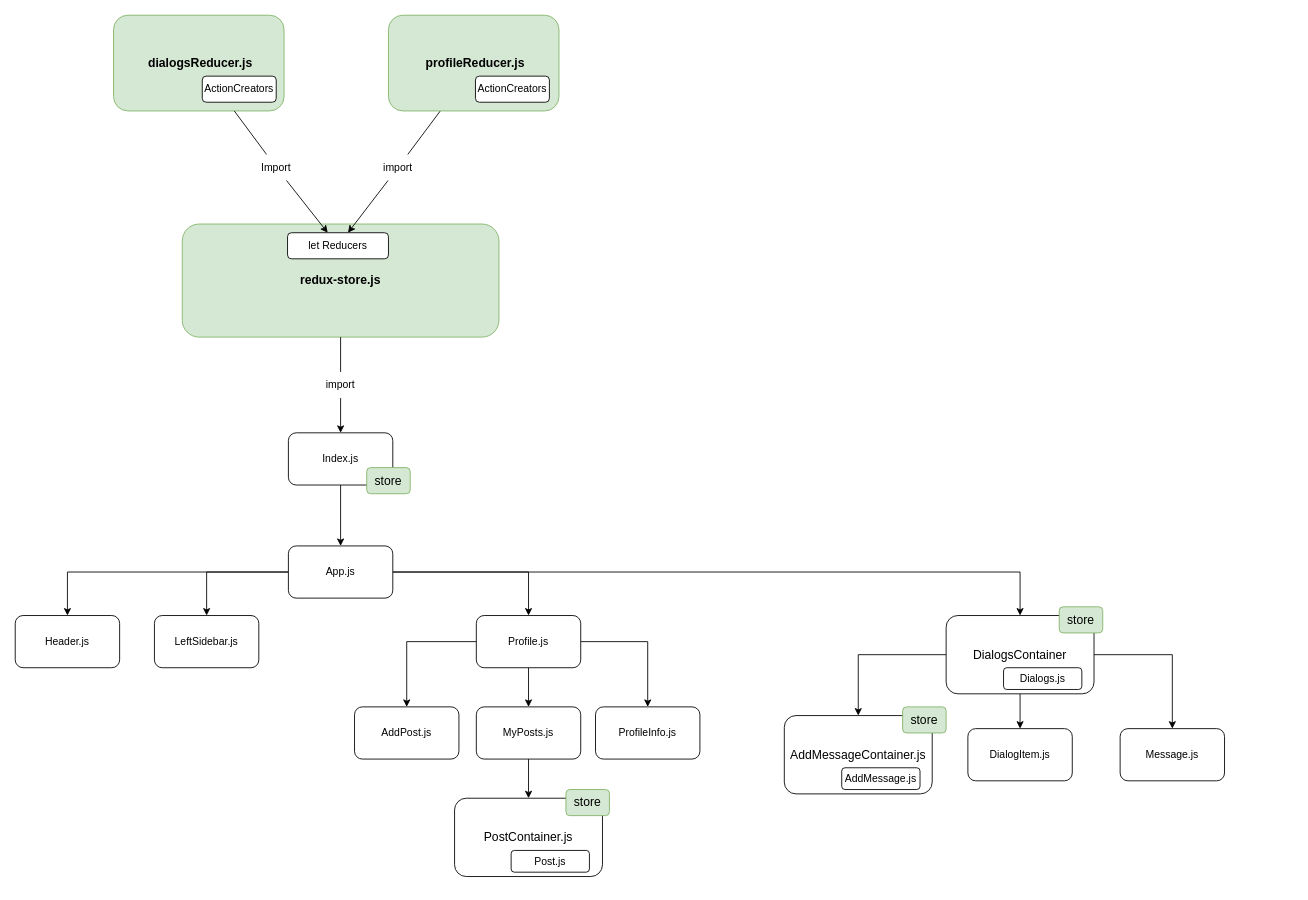
Before: React-components tree.drawio in ayratkin/react-social-network, a draw.io diagram. Source tidied: cells renumbered, new cells numbered last; positions are measured from the earlier drawing's top-left corner, leaving out a move shared by most shapes. Both pictures are drawn from the tidied source at 87%, with x=0, y=0 at pixel (15, 15).
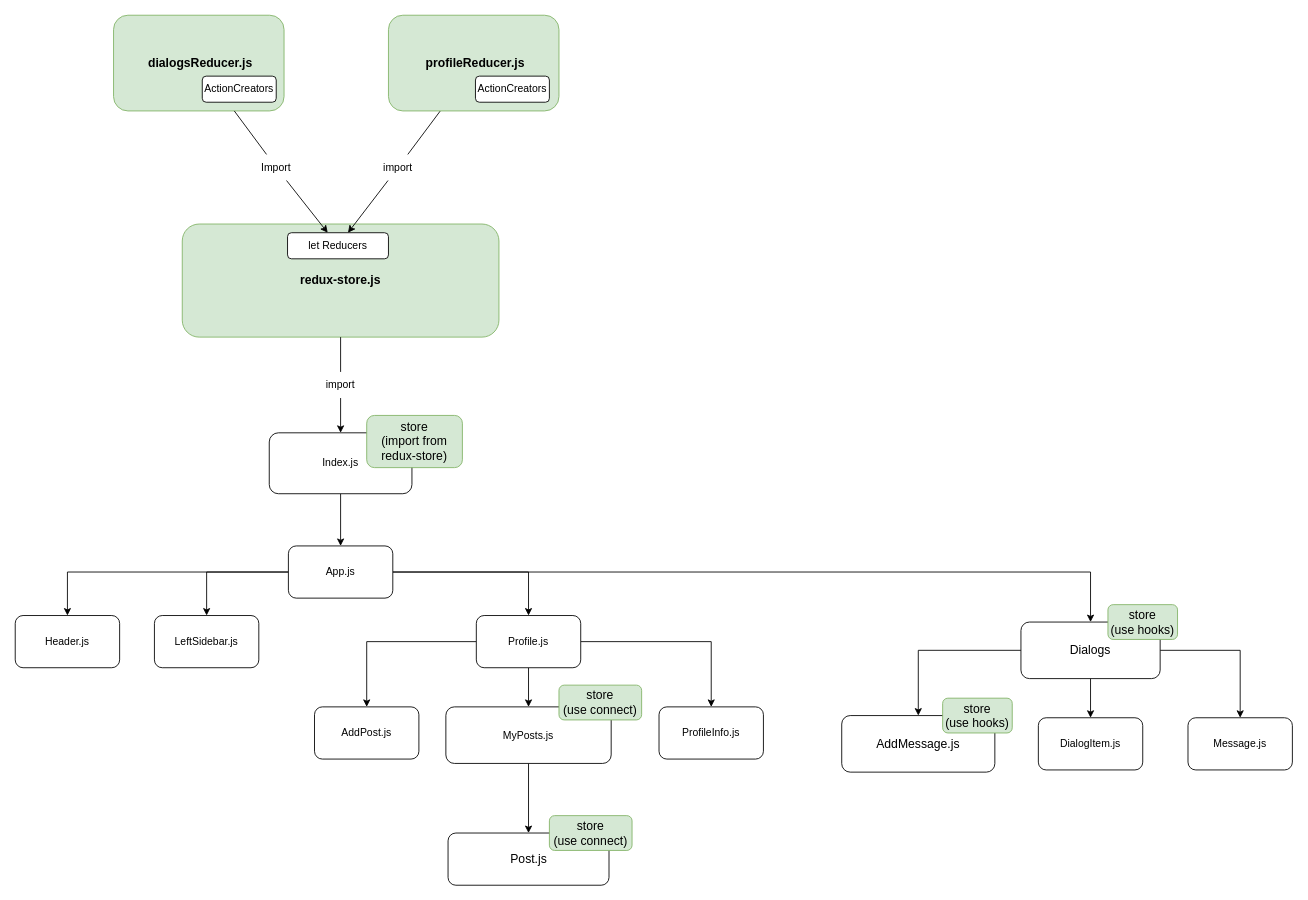
After the change.

Diff of the diagram source:
```diff
@@
     <mxCell id="3" value="Index.js" style="rounded=1;whiteSpace=wrap;html=1;" parent="1" vertex="1">
-      <mxGeometry x="314" y="480" width="120" height="60" as="geometry" />
+      <mxGeometry x="292" y="480" width="164" height="70" as="geometry" />
     </mxCell>
@@
     <mxCell id="17" value="DialogItem.js" style="rounded=1;whiteSpace=wrap;html=1;" parent="1" vertex="1">
-      <mxGeometry x="1095" y="820" width="120" height="60" as="geometry" />
+      <mxGeometry x="1176" y="807.5" width="120" height="60" as="geometry" />
     </mxCell>
     <mxCell id="18" value="Message.js" style="rounded=1;whiteSpace=wrap;html=1;" parent="1" vertex="1">
-      <mxGeometry x="1270" y="820" width="120" height="60" as="geometry" />
+      <mxGeometry x="1348" y="807.5" width="120" height="60" as="geometry" />
     </mxCell>
     <mxCell id="19" value="AddPost.js" style="rounded=1;whiteSpace=wrap;html=1;" parent="1" vertex="1">
-      <mxGeometry x="390" y="795" width="120" height="60" as="geometry" />
+      <mxGeometry x="344" y="795" width="120" height="60" as="geometry" />
     </mxCell>
@@
     <mxCell id="21" value="MyPosts.js" style="rounded=1;whiteSpace=wrap;html=1;" parent="1" vertex="1">
-      <mxGeometry x="530" y="795" width="120" height="60" as="geometry" />
+      <mxGeometry x="495" y="795" width="190" height="65" as="geometry" />
     </mxCell>
     <mxCell id="22" value="ProfileInfo.js" style="rounded=1;whiteSpace=wrap;html=1;" parent="1" vertex="1">
-      <mxGeometry x="667" y="795" width="120" height="60" as="geometry" />
+      <mxGeometry x="740" y="795" width="120" height="60" as="geometry" />
     </mxCell>
@@
-    <mxCell id="41" value="store" style="rounded=1;whiteSpace=wrap;html=1;fontSize=14;fillColor=#d5e8d4;strokeColor=#82b366;" parent="1" vertex="1">
-      <mxGeometry x="404" y="520" width="50" height="30" as="geometry" />
+    <mxCell id="41" value="store&lt;br&gt;(import from redux-store)" style="rounded=1;whiteSpace=wrap;html=1;fontSize=14;fillColor=#d5e8d4;strokeColor=#82b366;" parent="1" vertex="1">
+      <mxGeometry x="404" y="460" width="110" height="60" as="geometry" />
     </mxCell>
-    <mxCell id="42" value="AddMessageContainer.js" style="rounded=1;whiteSpace=wrap;html=1;fontSize=14;" parent="1" vertex="1">
-      <mxGeometry x="884" y="805" width="170" height="90" as="geometry" />
+    <mxCell id="42" value="AddMessage.js" style="rounded=1;whiteSpace=wrap;html=1;fontSize=14;" parent="1" vertex="1">
+      <mxGeometry x="950" y="805" width="176" height="65" as="geometry" />
     </mxCell>
-    <mxCell id="43" value="AddMessage.js" style="rounded=1;whiteSpace=wrap;html=1;" parent="1" vertex="1">
-      <mxGeometry x="950" y="865" width="90" height="25" as="geometry" />
-    </mxCell>
@@
-    <mxCell id="45" value="DialogsContainer" style="rounded=1;whiteSpace=wrap;html=1;fontSize=14;" parent="1" vertex="1">
-      <mxGeometry x="1070" y="690" width="170" height="90" as="geometry" />
+    <mxCell id="45" value="Dialogs" style="rounded=1;whiteSpace=wrap;html=1;fontSize=14;" parent="1" vertex="1">
+      <mxGeometry x="1156" y="697.5" width="160" height="65" as="geometry" />
     </mxCell>
-    <mxCell id="46" value="Dialogs.js" style="rounded=1;whiteSpace=wrap;html=1;" parent="1" vertex="1">
-      <mxGeometry x="1136" y="750" width="90" height="25" as="geometry" />
-    </mxCell>
-    <mxCell id="47" value="store" style="rounded=1;whiteSpace=wrap;html=1;fontSize=14;fillColor=#d5e8d4;strokeColor=#82b366;" parent="1" vertex="1">
-      <mxGeometry x="1020" y="795" width="50" height="30" as="geometry" />
-    </mxCell>
-    <mxCell id="48" value="store" style="rounded=1;whiteSpace=wrap;html=1;fontSize=14;fillColor=#d5e8d4;strokeColor=#82b366;" parent="1" vertex="1">
-      <mxGeometry x="1200" y="680" width="50" height="30" as="geometry" />
+    <mxCell id="48" value="store&lt;br&gt;(use hooks)" style="rounded=1;whiteSpace=wrap;html=1;fontSize=14;fillColor=#d5e8d4;strokeColor=#82b366;" parent="1" vertex="1">
+      <mxGeometry x="1256" y="677.5" width="80" height="40" as="geometry" />
     </mxCell>
-    <mxCell id="49" value="PostContainer.js" style="rounded=1;whiteSpace=wrap;html=1;fontSize=14;" parent="1" vertex="1">
-      <mxGeometry x="505" y="900" width="170" height="90" as="geometry" />
+    <mxCell id="49" value="Post.js" style="rounded=1;whiteSpace=wrap;html=1;fontSize=14;" parent="1" vertex="1">
+      <mxGeometry x="497.5" y="940" width="185" height="60" as="geometry" />
     </mxCell>
-    <mxCell id="50" value="Post.js" style="rounded=1;whiteSpace=wrap;html=1;" parent="1" vertex="1">
-      <mxGeometry x="570" y="960" width="90" height="25" as="geometry" />
-    </mxCell>
-    <mxCell id="51" value="store" style="rounded=1;whiteSpace=wrap;html=1;fontSize=14;fillColor=#d5e8d4;strokeColor=#82b366;" parent="1" vertex="1">
-      <mxGeometry x="633" y="890" width="50" height="30" as="geometry" />
-    </mxCell>
+    <mxCell id="52" value="store&lt;br&gt;(use hooks)" style="rounded=1;whiteSpace=wrap;html=1;fontSize=14;fillColor=#d5e8d4;strokeColor=#82b366;" parent="1" vertex="1">
+      <mxGeometry x="1066" y="785" width="80" height="40" as="geometry" />
+    </mxCell>
+    <mxCell id="53" value="store&lt;br&gt;(use connect)" style="rounded=1;whiteSpace=wrap;html=1;fontSize=14;fillColor=#d5e8d4;strokeColor=#82b366;" parent="1" vertex="1">
+      <mxGeometry x="625" y="770" width="95" height="40" as="geometry" />
+    </mxCell>
+    <mxCell id="54" value="store&lt;br&gt;(use connect)" style="rounded=1;whiteSpace=wrap;html=1;fontSize=14;fillColor=#d5e8d4;strokeColor=#82b366;" parent="1" vertex="1">
+      <mxGeometry x="614" y="920" width="95" height="40" as="geometry" />
+    </mxCell>
```
